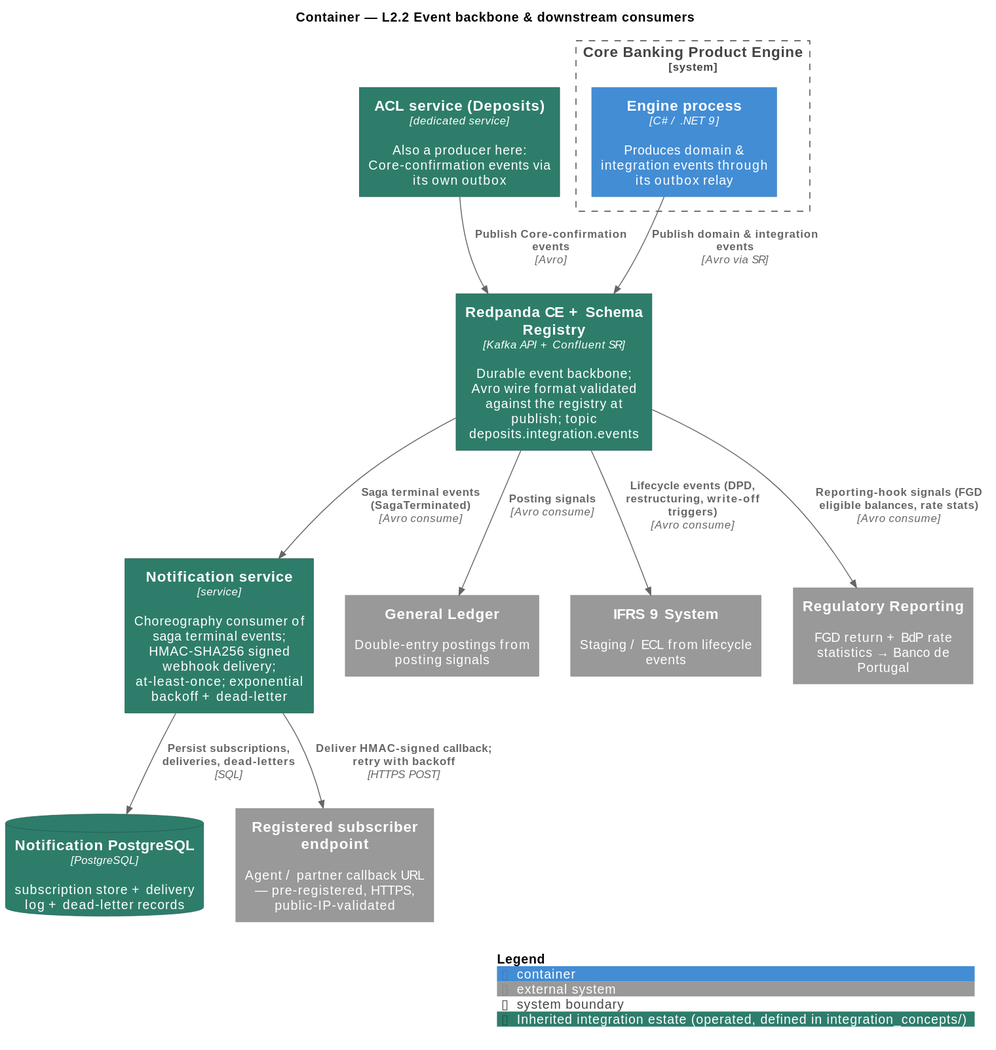
Before: docs/product-management/product_concepts/diagrams/c4-l2-event-backbone-consumers.svg, a diagram exported from PlantUML (jhosm/archie).
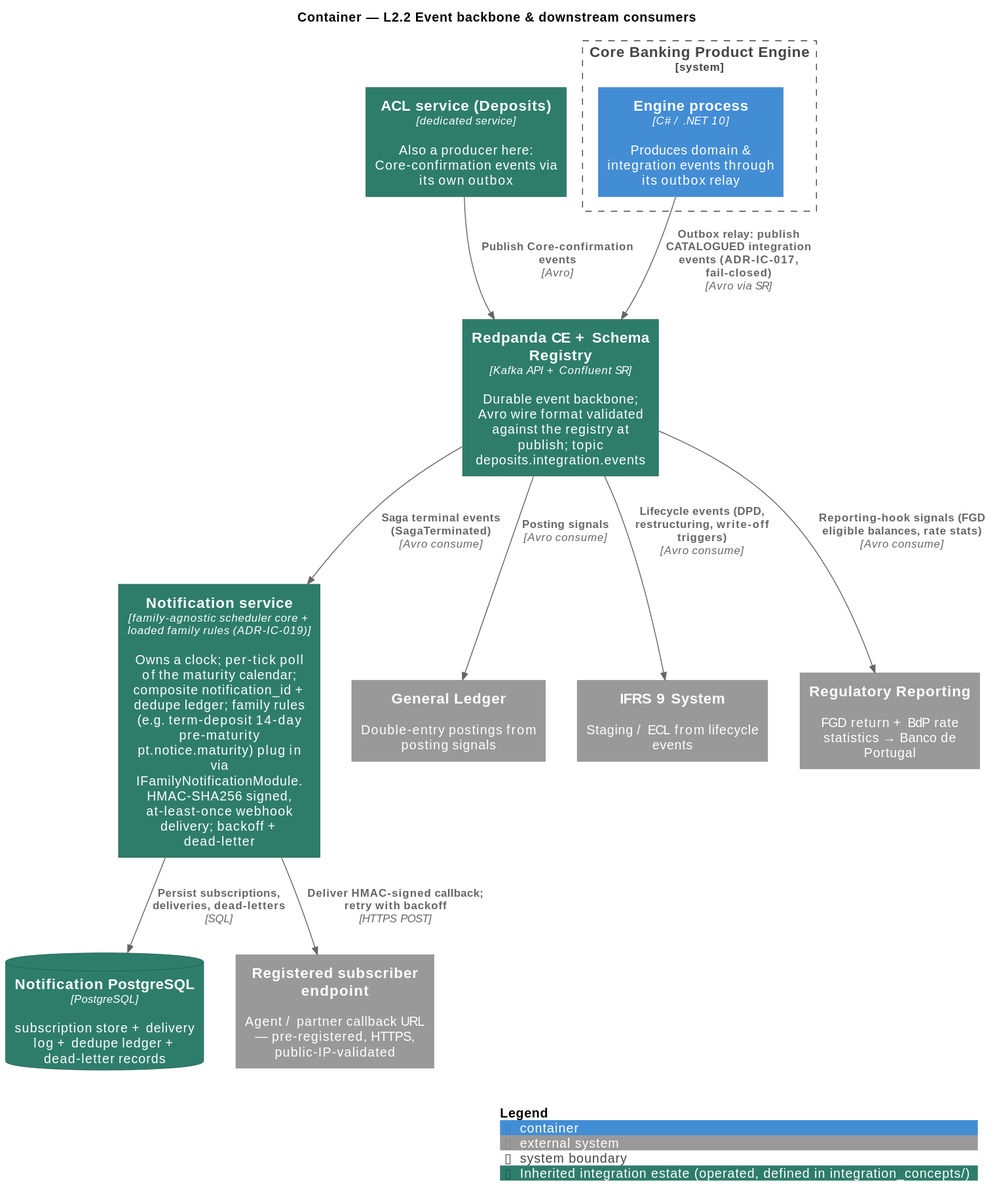
After the commit.

Change to the diagram source:
```diff
@@ -6,20 +6,20 @@
 title Container — L2.2 Event backbone & downstream consumers
 
 System_Boundary(engine_sys, "Core Banking Product Engine") {
-  Container(engine, "Engine process", "C# / .NET 9", "Produces domain & integration events through its outbox relay")
+  Container(engine, "Engine process", "C# / .NET 10", "Produces domain & integration events through its outbox relay")
 }
 
 Container(redpanda, "Redpanda CE + Schema Registry", "Kafka API + Confluent SR", "Durable event backbone; Avro wire format validated against the registry at publish; topic deposits.integration.events", $tags="estate")
 Container(acl, "ACL service (Deposits)", "dedicated service", "Also a producer here: Core-confirmation events via its own outbox", $tags="estate")
-Container(notify, "Notification service", "service", "Choreography consumer of saga terminal events; HMAC-SHA256 signed webhook delivery; at-least-once; exponential backoff + dead-letter", $tags="estate")
-ContainerDb(notifydb, "Notification PostgreSQL", "PostgreSQL", "subscription store + delivery log + dead-letter records", $tags="estate")
+Container(notify, "Notification service", "family-agnostic scheduler core + loaded family rules (ADR-IC-019)", "Owns a clock; per-tick poll of the maturity calendar; composite notification_id + dedupe ledger; family rules (e.g. term-deposit 14-day pre-maturity pt.notice.maturity) plug in via IFamilyNotificationModule. HMAC-SHA256 signed, at-least-once webhook delivery; backoff + dead-letter", $tags="estate")
+ContainerDb(notifydb, "Notification PostgreSQL", "PostgreSQL", "subscription store + delivery log + dedupe ledger + dead-letter records", $tags="estate")
 
 System_Ext(gl, "General Ledger", "Double-entry postings from posting signals")
 System_Ext(ifrs9, "IFRS 9 System", "Staging / ECL from lifecycle events")
 System_Ext(reporting, "Regulatory Reporting", "FGD return + BdP rate statistics → Banco de Portugal")
 System_Ext(subscriber, "Registered subscriber endpoint", "Agent / partner callback URL — pre-registered, HTTPS, public-IP-validated")
 
-Rel(engine, redpanda, "Publish domain & integration events", "Avro via SR")
+Rel(engine, redpanda, "Outbox relay: publish CATALOGUED integration events (ADR-IC-017, fail-closed)", "Avro via SR")
 Rel(acl, redpanda, "Publish Core-confirmation events", "Avro")
 Rel(redpanda, gl, "Posting signals", "Avro consume")
 Rel(redpanda, ifrs9, "Lifecycle events (DPD, restructuring, write-off triggers)", "Avro consume")
```
